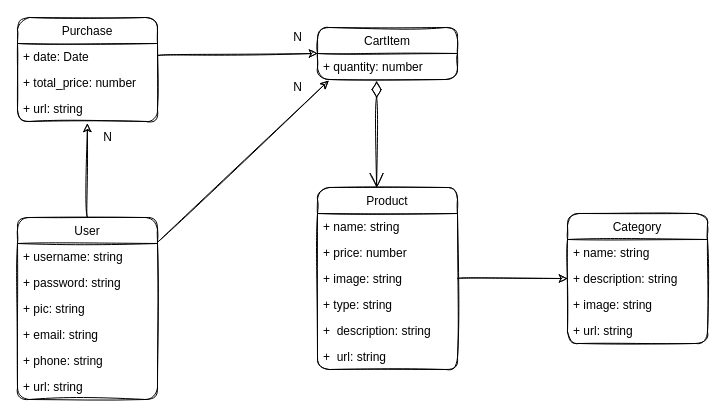
lorenzo774/lorenzo-e-commerce keeps this draw.io diagram as doc/class-diagram.drawio. Above is the earlier version. Source tidied: cells renumbered, new cells numbered last; positions are measured from the earlier drawing's top-left corner, leaving out a move shared by most shapes. Both pictures are drawn from the tidied source at 100%, with x=0, y=0 at pixel (17, 17).
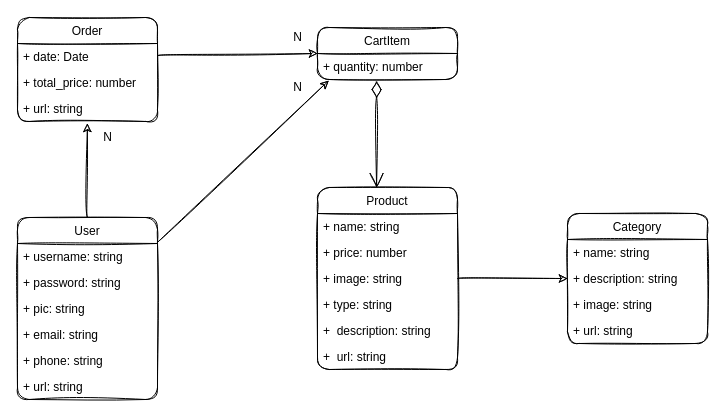
The same diagram, later.

Commit message (it also covers changes not shown here):
Implemented order list and renamed purchase in order

Diff of the diagram source:
```diff
@@
-    <mxCell id="21" value="Purchase" style="swimlane;fontStyle=0;horizontal=1;startSize=26;fillColor=none;rounded=1;sketch=1;" parent="1" vertex="1">
+    <mxCell id="21" value="Order" style="swimlane;fontStyle=0;horizontal=1;startSize=26;fillColor=none;rounded=1;sketch=1;" parent="1" vertex="1">
       <mxGeometry width="140" height="104" as="geometry" />
     </mxCell>
```
